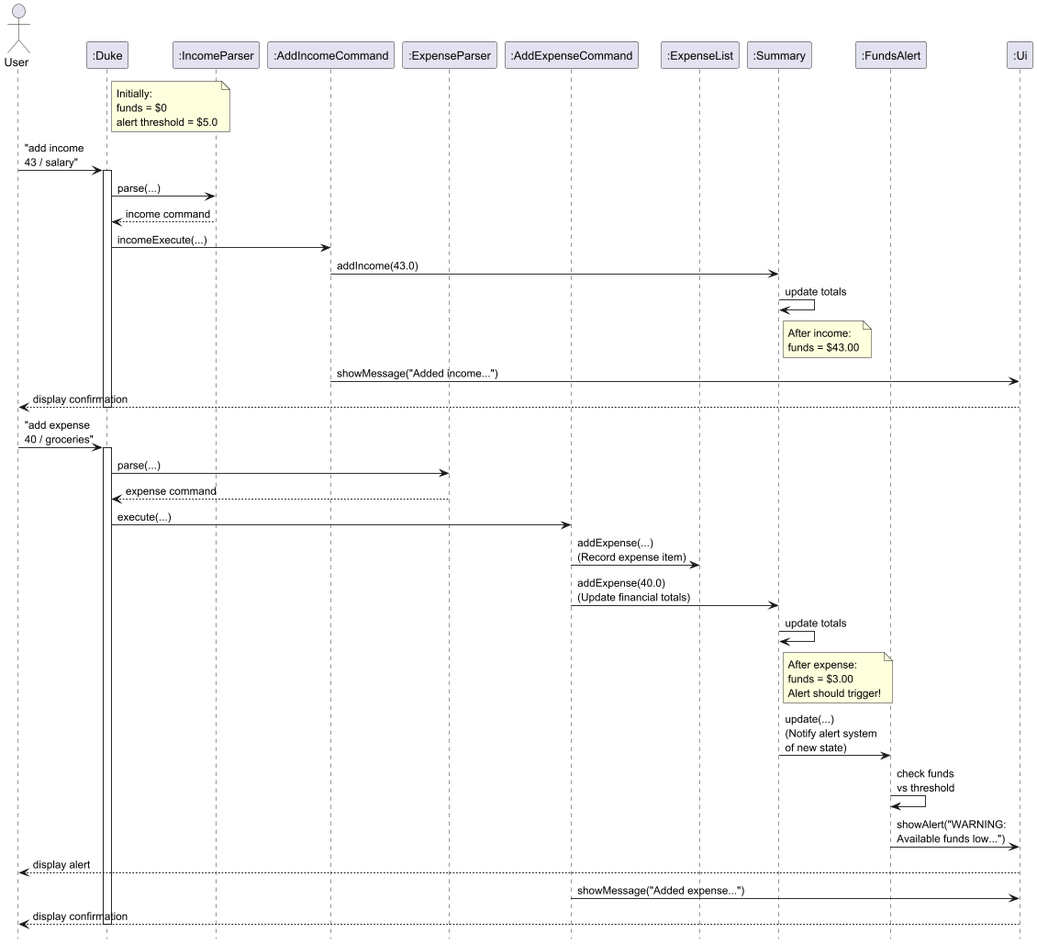
This is docs/images/TriggerAlert.png from xiaojielei/tp, a PlantUML export, as it was before one commit.
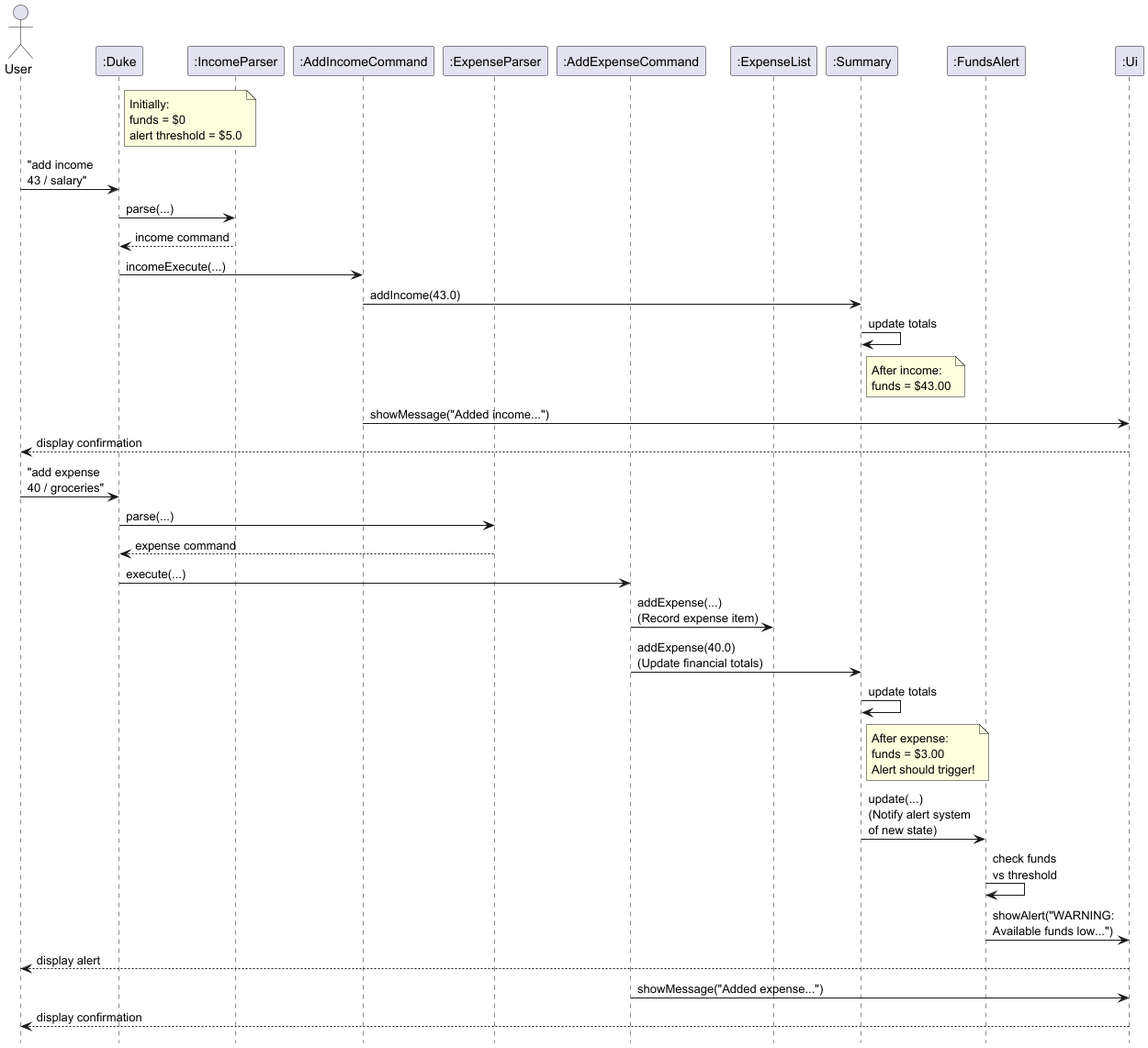
After the commit.

Diff of the diagram source:
```diff
@@ -19,7 +19,6 @@
 end note
 
 User -> Duke: "add income \n43 / salary"
-activate Duke
 Duke -> IncomeParser: parse(...)
 IncomeParser --> Duke: income command
 Duke -> AddIncomeCommand: incomeExecute(...)
@@ -31,10 +30,8 @@
 end note
 AddIncomeCommand -> Ui: showMessage("Added income...")
 Ui --> User: display confirmation
-deactivate Duke
 
 User -> Duke: "add expense \n40 / groceries"
-activate Duke
 Duke -> ExpenseParser: parse(...)
 ExpenseParser --> Duke: expense command
 Duke -> AddExpenseCommand: execute(...)
@@ -53,6 +50,5 @@
 Ui --> User: display alert
 AddExpenseCommand -> Ui: showMessage("Added expense...")
 Ui --> User: display confirmation
-deactivate Duke
 
 @enduml
```
